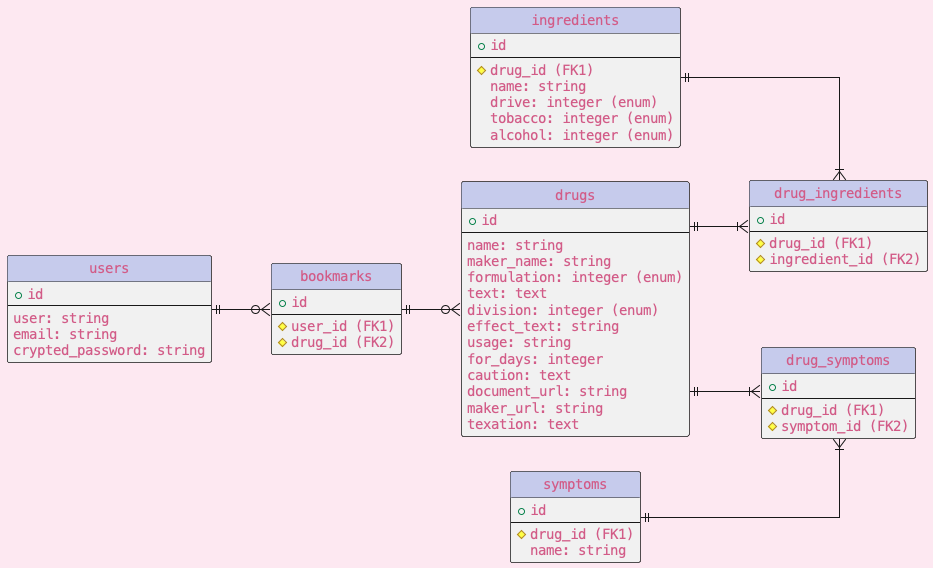
The PlantUML diagram out/@startuml/@startuml.png in CarbazochromeT/drug_app, before a commit.
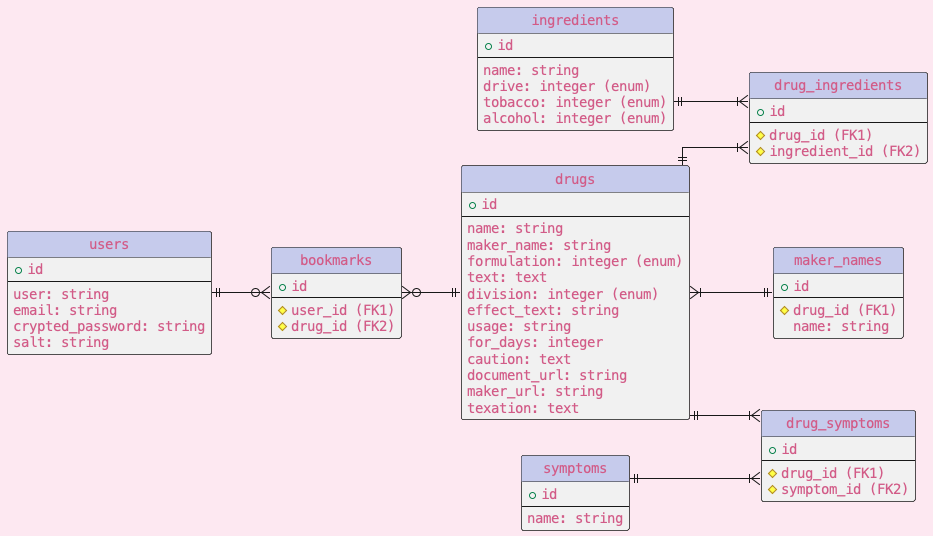
Above is the later version.

Commit message:
erずの訂正# Please enter the commit message for your changes. Lines starting

What changed in the source:
```diff
@@ -31,7 +31,6 @@
 entity "ingredients" as e02 {
 + id
 --
-# drug_id (FK1)
 name: string
 drive: integer (enum)
 tobacco: integer (enum)
@@ -48,7 +47,6 @@
 entity "symptoms" as e03 {
 + id
 --
-# drug_id (FK1)
 name: string
 }
 
@@ -67,6 +65,7 @@
 user: string
 email: string
 crypted_password: string
+salt: string
 }
 
 entity "bookmarks" as e07 {
@@ -76,12 +75,20 @@
 # drug_id (FK2)
 }
 
+entity "maker_names" as e04 {
++ id
+--
+# drug_id (FK1)
+name: string
+}
+
 e01 ||--|{ e08
 e02 ||--|{ e08
 e01 ||--|{ e09
 e03 ||--|{ e09
 e06 ||--o{ e07
-e07 ||--o{ e01
+e07 }o--|| e01
+e01 }|--|| e04
 
 
 
```
